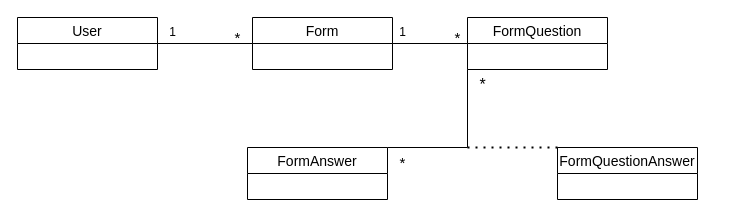
Before: page "dijagram klase" (16 of 16) of Untitled Diagram.drawio in anatomasevic/phpbloog, a draw.io diagram. Source tidied: cells renumbered, new cells numbered last; positions are measured from the earlier drawing's top-left corner, leaving out a move shared by most shapes. Both pictures are drawn from the tidied source at 100%, with x=0, y=0 at pixel (17, 17).
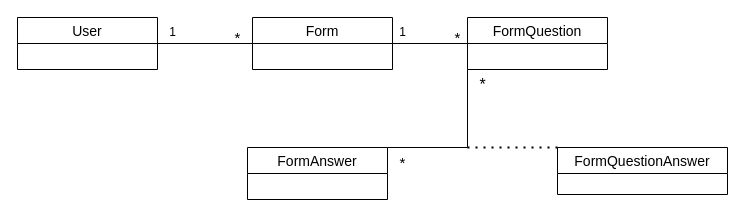
Above is the later version.

Change to the diagram source:
```diff
@@
 <mxGraphModel>
   <root>
     <mxCell id="0" />
     <mxCell id="1" parent="0" />
     <mxCell id="2" value="User" style="swimlane;fontStyle=0;horizontal=1;startSize=26;fillColor=none;fontSize=14;" parent="1" vertex="1">
       <mxGeometry width="140" height="52" as="geometry" />
     </mxCell>
     <mxCell id="3" value="Form" style="swimlane;fontStyle=0;horizontal=1;startSize=26;fillColor=none;fontSize=14;" parent="1" vertex="1">
       <mxGeometry x="235" width="140" height="52" as="geometry" />
     </mxCell>
     <mxCell id="4" value="FormQuestion" style="swimlane;fontStyle=0;horizontal=1;startSize=26;fillColor=none;fontSize=14;" parent="1" vertex="1">
       <mxGeometry x="450" width="140" height="52" as="geometry" />
     </mxCell>
     <mxCell id="5" value="FormAnswer" style="swimlane;fontStyle=0;horizontal=1;startSize=26;fillColor=none;fontSize=14;" parent="1" vertex="1">
       <mxGeometry x="230" y="130" width="140" height="52" as="geometry" />
     </mxCell>
-    <mxCell id="6" value="FormQuestionAnswer" style="swimlane;fontStyle=0;horizontal=1;startSize=26;fillColor=none;fontSize=14;" parent="1" vertex="1">
-      <mxGeometry x="540" y="130" width="140" height="52" as="geometry" />
+    <mxCell id="6" value="FormQuestionAnswer" style="swimlane;fontStyle=0;horizontal=1;startSize=26;fillColor=none;fontSize=14;" parent="1" vertex="1" collapsed="1">
+      <mxGeometry x="540" y="130" width="170" height="47" as="geometry" />
     </mxCell>
     <mxCell id="7" style="endArrow=none;html=1;rounded=0;fontSize=14;exitX=1;exitY=0.5;exitDx=0;exitDy=0;entryX=0;entryY=0.5;entryDx=0;entryDy=0;" parent="1" edge="1" source="2" target="3">
       <mxGeometry relative="1" as="geometry" />
     </mxCell>
     <mxCell id="8" style="endArrow=none;html=1;rounded=0;fontSize=14;entryX=0;entryY=0.5;entryDx=0;entryDy=0;exitX=1;exitY=0.5;exitDx=0;exitDy=0;" parent="1" edge="1" source="3" target="4">
       <mxGeometry relative="1" as="geometry" />
     </mxCell>
     <mxCell id="9" style="endArrow=none;html=1;rounded=0;fontSize=14;entryX=0;entryY=1;entryDx=0;entryDy=0;exitX=1;exitY=0;exitDx=0;exitDy=0;" parent="1" edge="1" source="5" target="4">
       <mxGeometry relative="1" as="geometry">
         <Array as="points">
           <mxPoint x="450" y="130" />
         </Array>
       </mxGeometry>
     </mxCell>
     <mxCell id="10" style="endArrow=none;dashed=1;html=1;dashPattern=1 3;strokeWidth=2;rounded=0;fontSize=14;exitX=0;exitY=0;exitDx=0;exitDy=0;" parent="1" edge="1" source="6">
       <mxGeometry relative="1" as="geometry">
         <mxPoint x="450" y="130" as="targetPoint" />
       </mxGeometry>
     </mxCell>
     <mxCell id="11" value="*" style="text;html=1;align=center;verticalAlign=middle;strokeColor=none;fillColor=none;fontSize=15;" parent="1" vertex="1">
       <mxGeometry x="370" y="130" width="30" height="30" as="geometry" />
     </mxCell>
     <mxCell id="12" value="*" style="text;html=1;align=center;verticalAlign=middle;strokeColor=none;fillColor=none;fontSize=16;" parent="1" vertex="1">
       <mxGeometry x="450" y="52" width="30" height="30" as="geometry" />
     </mxCell>
     <mxCell id="13" value="*" style="text;html=1;align=center;verticalAlign=middle;strokeColor=none;fillColor=none;fontSize=15;" parent="1" vertex="1">
       <mxGeometry x="425" y="5" width="30" height="30" as="geometry" />
     </mxCell>
     <mxCell id="14" value="1" style="text;html=1;align=center;verticalAlign=middle;strokeColor=none;fillColor=none;fontSize=12;" parent="1" vertex="1">
       <mxGeometry x="370" width="30" height="30" as="geometry" />
     </mxCell>
     <mxCell id="15" value="*" style="text;html=1;align=center;verticalAlign=middle;strokeColor=none;fillColor=none;fontSize=15;" parent="1" vertex="1">
       <mxGeometry x="205" y="5" width="30" height="30" as="geometry" />
     </mxCell>
     <mxCell id="16" value="1" style="text;html=1;align=center;verticalAlign=middle;strokeColor=none;fillColor=none;fontSize=12;" parent="1" vertex="1">
       <mxGeometry x="140" width="30" height="30" as="geometry" />
     </mxCell>
   </root>
 </mxGraphModel>
```
